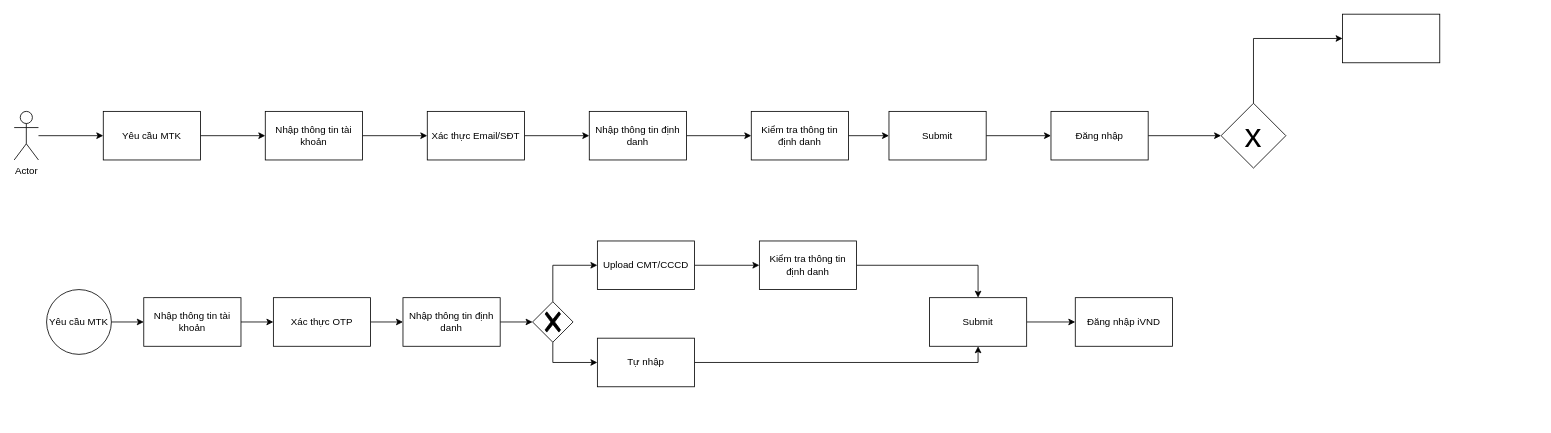
This is page "Page-2" (2 of 3) of MTK.drawio from samhp-cloud/star, a draw.io file, before an edit. Source tidied: cells renumbered, new cells numbered last; positions are measured from the earlier drawing's top-left corner, leaving out a move shared by most shapes. Both pictures are drawn from the tidied source at 81%, with x=0, y=0 at pixel (14, 14).
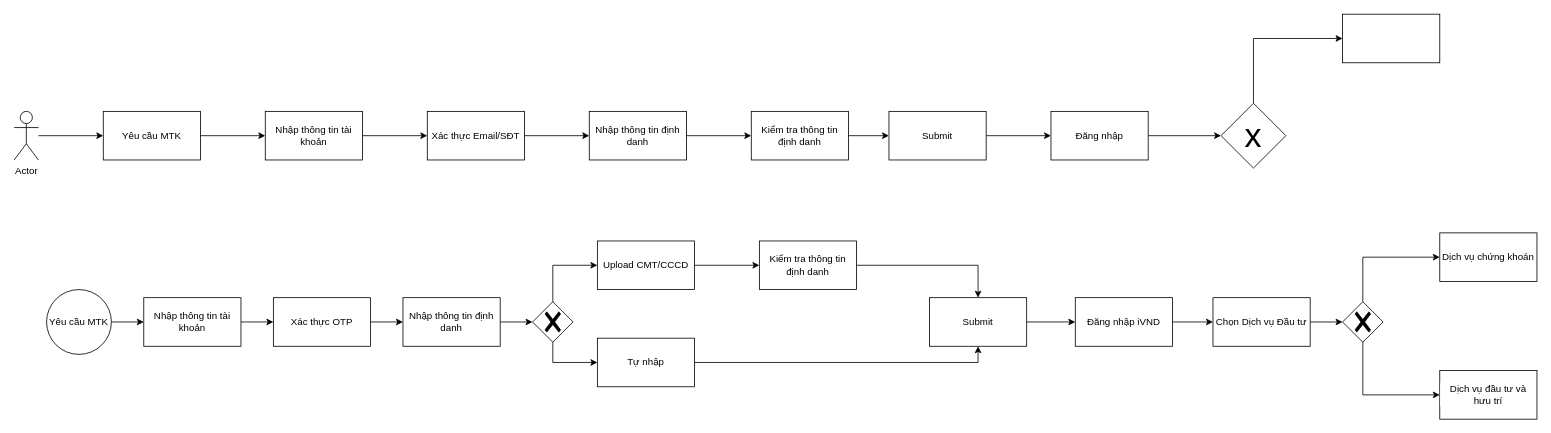
The same page after the edit.

The change refers to these unchanged cells:
```xml
<mxCell id="40" value="Đăng nhập iVND" style="whiteSpace=wrap;html=1;" parent="1" vertex="1">
  <mxGeometry x="1310" y="350" width="120" height="60" as="geometry" />
</mxCell>
```

Diff of the diagram source:
```diff
@@
+    <mxCell id="41" style="edgeStyle=orthogonalEdgeStyle;rounded=0;jettySize=auto;html=1;" parent="1" edge="1" source="40" target="43">
+      <mxGeometry relative="1" as="geometry" />
+    </mxCell>
@@
+    <mxCell id="42" style="edgeStyle=orthogonalEdgeStyle;rounded=0;jettySize=auto;html=1;exitX=1;exitY=0.5;exitDx=0;exitDy=0;entryX=0;entryY=0.5;entryDx=0;entryDy=0;entryPerimeter=0;" parent="1" edge="1" source="43" target="46">
+      <mxGeometry relative="1" as="geometry" />
+    </mxCell>
+    <mxCell id="43" value="Chọn Dịch vụ Đầu tư" style="whiteSpace=wrap;html=1;" parent="1" vertex="1">
+      <mxGeometry x="1480" y="350" width="120" height="60" as="geometry" />
+    </mxCell>
+    <mxCell id="44" style="edgeStyle=orthogonalEdgeStyle;rounded=0;jettySize=auto;html=1;exitX=0.5;exitY=0;exitDx=0;exitDy=0;exitPerimeter=0;entryX=0;entryY=0.5;entryDx=0;entryDy=0;" parent="1" edge="1" source="46" target="47">
+      <mxGeometry relative="1" as="geometry" />
+    </mxCell>
+    <mxCell id="45" style="edgeStyle=orthogonalEdgeStyle;rounded=0;jettySize=auto;html=1;exitX=0.5;exitY=1;exitDx=0;exitDy=0;exitPerimeter=0;entryX=0;entryY=0.5;entryDx=0;entryDy=0;" parent="1" edge="1" source="46" target="48">
+      <mxGeometry relative="1" as="geometry" />
+    </mxCell>
+    <mxCell id="46" style="points=[[0.25,0.25,0],[0.5,0,0],[0.75,0.25,0],[1,0.5,0],[0.75,0.75,0],[0.5,1,0],[0.25,0.75,0],[0,0.5,0]];shape=mxgraph.bpmn.gateway2;html=1;verticalLabelPosition=bottom;labelBackgroundColor=#ffffff;verticalAlign=top;align=center;perimeter=rhombusPerimeter;outlineConnect=0;outline=none;symbol=none;gwType=exclusive;" parent="1" vertex="1">
+      <mxGeometry x="1640" y="355" width="50" height="50" as="geometry" />
+    </mxCell>
+    <mxCell id="47" value="Dịch vụ chứng khoán" style="whiteSpace=wrap;html=1;verticalAlign=middle;labelBackgroundColor=#ffffff;" parent="1" vertex="1">
+      <mxGeometry x="1760" y="270" width="120" height="60" as="geometry" />
+    </mxCell>
+    <mxCell id="48" value="Dịch vụ đầu tư và hưu trí" style="whiteSpace=wrap;html=1;verticalAlign=middle;labelBackgroundColor=#ffffff;" parent="1" vertex="1">
+      <mxGeometry x="1760" y="440" width="120" height="60" as="geometry" />
+    </mxCell>
```
